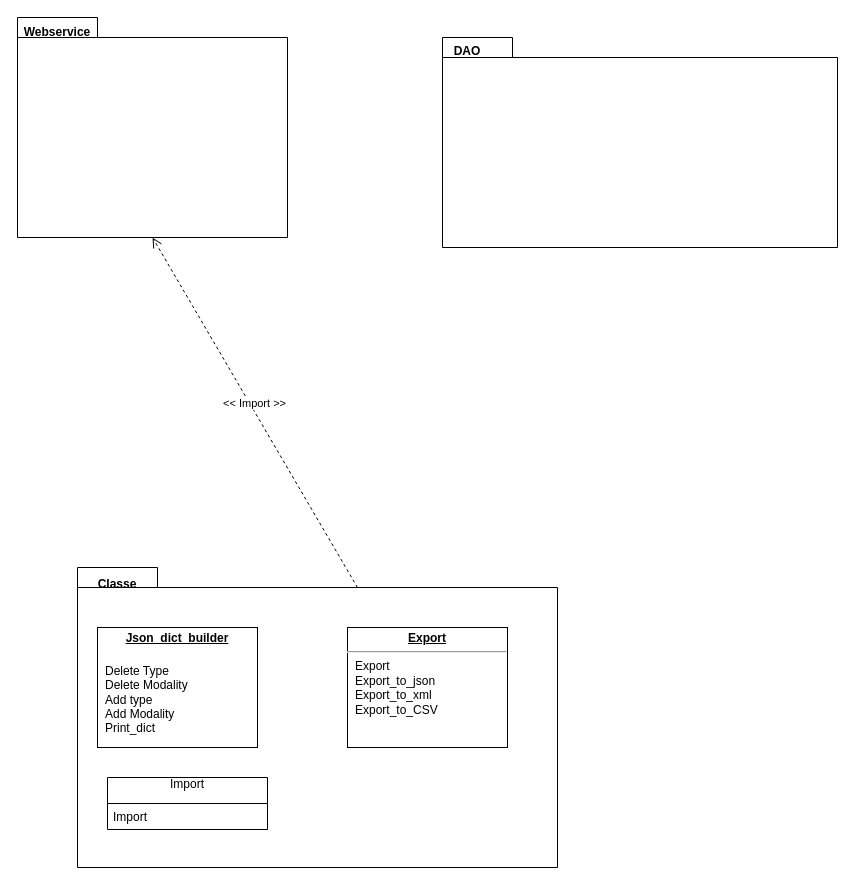
Earlier version of the draw.io diagram diagramme de paquetageV2.drawio (AdrienCortada/Projet-info-2A). Source tidied: cells renumbered, new cells numbered last; positions are measured from the earlier drawing's top-left corner, leaving out a move shared by most shapes. Both pictures are drawn from the tidied source at 100%, with x=0, y=0 at pixel (17, 17).
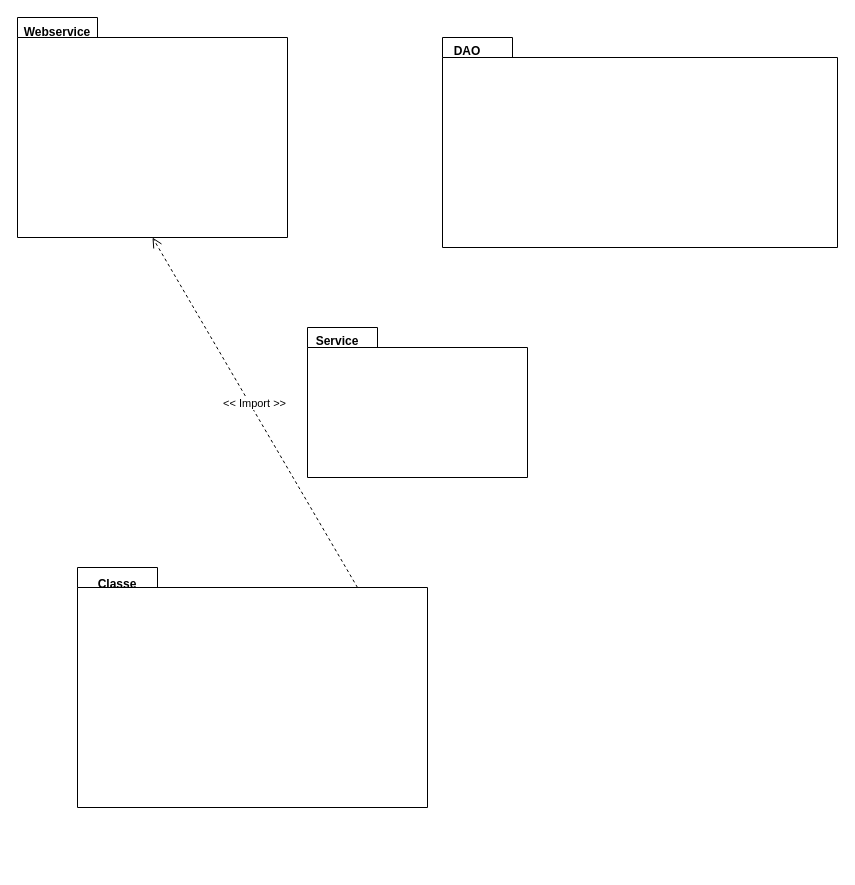
The same diagram, later.

Change to the diagram source:
```diff
@@
 <mxGraphModel>
   <root>
     <mxCell id="0" />
     <mxCell id="1" parent="0" />
     <mxCell id="2" style="shape=folder;fontStyle=1;spacingTop=10;tabWidth=80;tabHeight=20;tabPosition=left;html=1;" parent="1" vertex="1">
       <mxGeometry width="270" height="220" as="geometry" />
     </mxCell>
     <mxCell id="3" value="Webservice&#10;" style="text;align=center;fontStyle=1;verticalAlign=middle;spacingLeft=3;spacingRight=3;strokeColor=none;" parent="1" vertex="1">
       <mxGeometry y="20" width="80" as="geometry" />
     </mxCell>
     <mxCell id="4" style="shape=folder;fontStyle=1;spacingTop=10;tabWidth=80;tabHeight=20;tabPosition=left;html=1;" parent="1" vertex="1">
-      <mxGeometry x="60" y="550" width="480" height="300" as="geometry" />
+      <mxGeometry x="60" y="550" width="350" height="240" as="geometry" />
     </mxCell>
     <mxCell id="5" value="Classe&#10;" style="text;align=center;fontStyle=1;verticalAlign=middle;spacingLeft=3;spacingRight=3;strokeColor=none;" parent="1" vertex="1">
       <mxGeometry x="60" y="560" width="80" height="26" as="geometry" />
     </mxCell>
     <mxCell id="6" style="shape=folder;fontStyle=1;spacingTop=10;tabWidth=70;tabHeight=20;tabPosition=left;html=1;" parent="1" vertex="1">
       <mxGeometry x="425" y="20" width="395" height="210" as="geometry" />
     </mxCell>
     <mxCell id="7" value="DAO" style="text;align=center;fontStyle=1;verticalAlign=middle;spacingLeft=3;spacingRight=3;strokeColor=none;" parent="1" vertex="1">
       <mxGeometry x="410" y="20" width="80" height="26" as="geometry" />
     </mxCell>
-    <mxCell id="8" value="&lt;p style=&quot;margin: 0px ; margin-top: 4px ; text-align: center ; text-decoration: underline&quot;&gt;&lt;b&gt;Json_dict_builder&lt;/b&gt;&lt;/p&gt;&lt;p style=&quot;margin: 0px ; margin-top: 4px ; text-align: center ; text-decoration: underline&quot;&gt;&lt;b&gt;&lt;br&gt;&lt;/b&gt;&lt;/p&gt;&lt;p style=&quot;margin: 0px ; margin-left: 8px&quot;&gt;Delete Type&amp;nbsp;&lt;/p&gt;&lt;p style=&quot;margin: 0px ; margin-left: 8px&quot;&gt;Delete Modality&amp;nbsp;&lt;/p&gt;&lt;p style=&quot;margin: 0px ; margin-left: 8px&quot;&gt;Add type&amp;nbsp;&lt;/p&gt;&lt;p style=&quot;margin: 0px ; margin-left: 8px&quot;&gt;Add Modality&lt;/p&gt;&lt;p style=&quot;margin: 0px ; margin-left: 8px&quot;&gt;Print_dict&lt;/p&gt;&lt;p style=&quot;margin: 0px ; margin-left: 8px&quot;&gt;&lt;br&gt;&lt;/p&gt;&lt;p style=&quot;margin: 0px ; margin-left: 8px&quot;&gt;&lt;br&gt;&lt;br&gt;&lt;/p&gt;" style="verticalAlign=top;align=left;overflow=fill;fontSize=12;fontFamily=Helvetica;html=1;" parent="1" vertex="1">
-      <mxGeometry x="80" y="610" width="160" height="120" as="geometry" />
-    </mxCell>
-    <mxCell id="9" value="&lt;p style=&quot;margin: 0px ; margin-top: 4px ; text-align: center ; text-decoration: underline&quot;&gt;&lt;b&gt;Export&lt;/b&gt;&lt;/p&gt;&lt;hr&gt;&lt;p style=&quot;margin: 0px ; margin-left: 8px&quot;&gt;Export&amp;nbsp;&lt;/p&gt;&lt;p style=&quot;margin: 0px ; margin-left: 8px&quot;&gt;Export_to_json&lt;/p&gt;&lt;p style=&quot;margin: 0px ; margin-left: 8px&quot;&gt;Export_to_xml&lt;/p&gt;&lt;p style=&quot;margin: 0px ; margin-left: 8px&quot;&gt;Export_to_CSV&lt;/p&gt;" style="verticalAlign=top;align=left;overflow=fill;fontSize=12;fontFamily=Helvetica;html=1;" parent="1" vertex="1">
-      <mxGeometry x="330" y="610" width="160" height="120" as="geometry" />
-    </mxCell>
-    <mxCell id="10" value="Import&#10;" style="swimlane;fontStyle=0;horizontal=1;startSize=26;fillColor=none;" parent="1" vertex="1">
-      <mxGeometry x="90" y="760" width="160" height="52" as="geometry" />
-    </mxCell>
-    <mxCell id="11" value="Import" style="text;strokeColor=none;fillColor=none;align=left;verticalAlign=top;spacingLeft=4;spacingRight=4;overflow=hidden;" parent="10" vertex="1">
-      <mxGeometry y="26" width="160" height="26" as="geometry" />
-    </mxCell>
     <mxCell id="12" value="&amp;lt;&amp;lt; Import &amp;gt;&amp;gt;" style="html=1;verticalAlign=bottom;endArrow=open;dashed=1;endSize=8;entryX=0.5;entryY=1;entryDx=0;entryDy=0;entryPerimeter=0;exitX=0;exitY=0;exitDx=280;exitDy=20;exitPerimeter=0;" parent="1" edge="1" source="4" target="2">
       <mxGeometry relative="1" as="geometry" />
     </mxCell>
+    <mxCell id="13" style="shape=folder;fontStyle=1;spacingTop=10;tabWidth=70;tabHeight=20;tabPosition=left;html=1;" parent="1" vertex="1">
+      <mxGeometry x="290" y="310" width="220" height="150" as="geometry" />
+    </mxCell>
+    <mxCell id="14" value="Service" style="text;align=center;fontStyle=1;verticalAlign=middle;spacingLeft=3;spacingRight=3;strokeColor=none;" parent="1" vertex="1">
+      <mxGeometry x="280" y="310" width="80" height="26" as="geometry" />
+    </mxCell>
   </root>
 </mxGraphModel>
```
